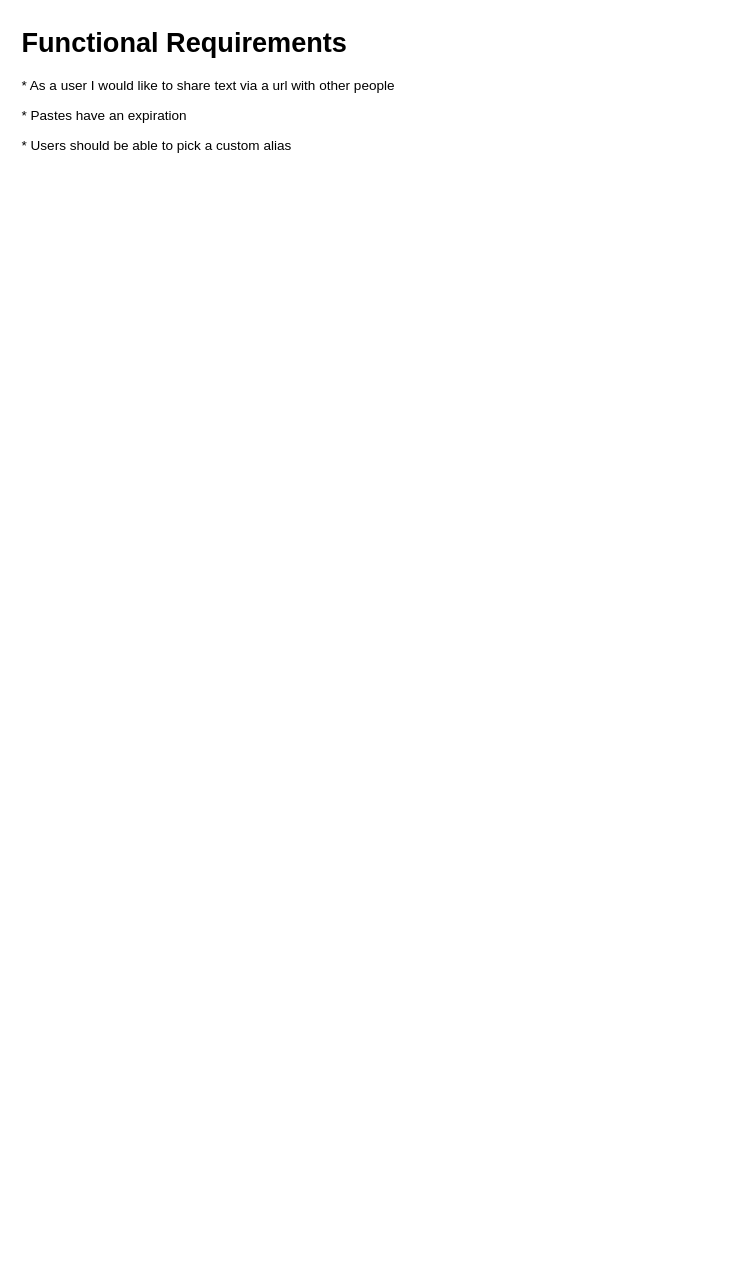
aedenj/continuous-improvement keeps this draw.io diagram as books/educative-grokking-sdi/PasteBin.drawio. Above is the earlier version. Source tidied: cells renumbered, new cells numbered last; positions are measured from the earlier drawing's top-left corner, leaving out a move shared by most shapes. Both pictures are drawn from the tidied source at 113%, with x=0, y=0 at pixel (19, 19).
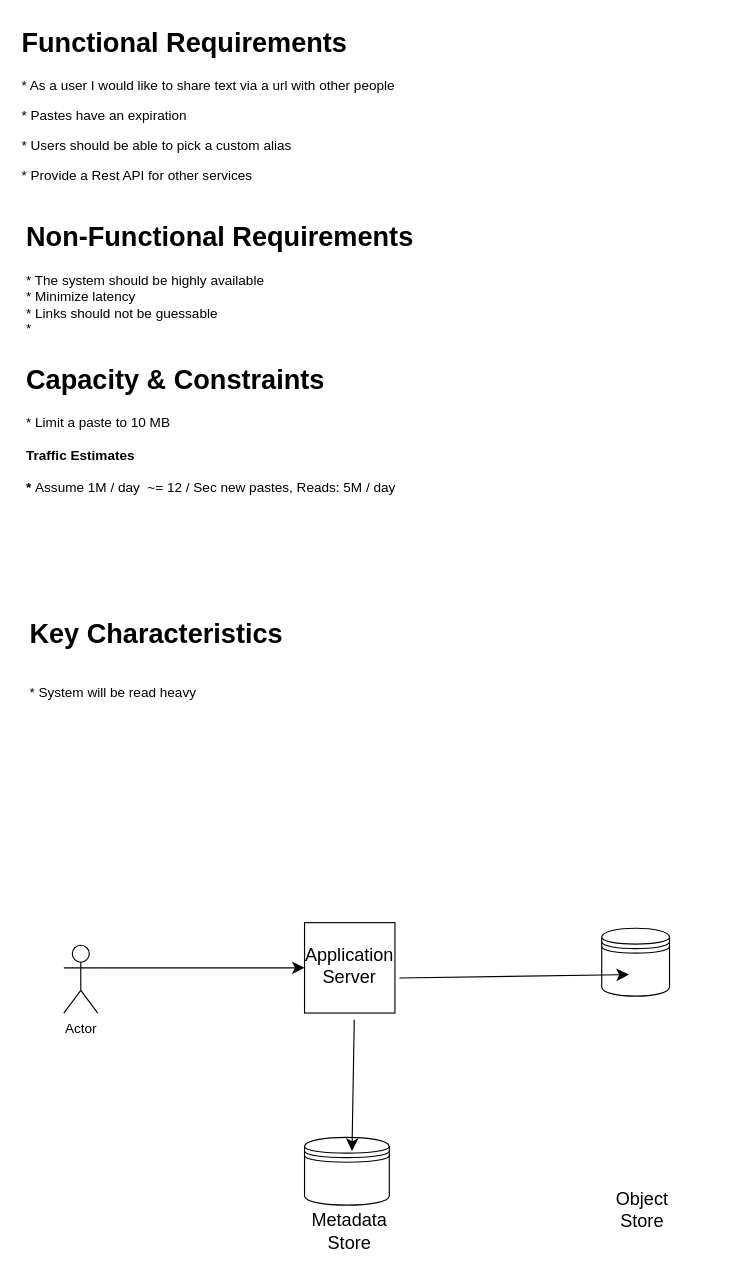
The same diagram, later.

What changed in the source:
```diff
@@
 <mxGraphModel>
   <root>
     <mxCell id="0" />
     <mxCell id="1" parent="0" />
-    <mxCell id="2" value="&lt;h1 style=&quot;margin-top: 0px;&quot;&gt;Functional Requirements&lt;/h1&gt;&lt;p&gt;* As a user I would like to share text via a url with other people&lt;/p&gt;&lt;p&gt;* Pastes have an expiration&lt;/p&gt;&lt;p&gt;* Users should be able to pick a custom alias&lt;/p&gt;" style="text;html=1;whiteSpace=wrap;overflow=hidden;rounded=0;" parent="1" vertex="1">
-      <mxGeometry width="518" height="120" as="geometry" />
+    <mxCell id="2" value="&lt;h1 style=&quot;margin-top: 0px;&quot;&gt;Functional Requirements&lt;/h1&gt;&lt;p&gt;* As a user I would like to share text via a url with other people&lt;/p&gt;&lt;p&gt;* Pastes have an expiration&lt;/p&gt;&lt;p&gt;* Users should be able to pick a custom alias&lt;/p&gt;&lt;p&gt;* Provide a Rest API for other services&lt;/p&gt;" style="text;html=1;whiteSpace=wrap;overflow=hidden;rounded=0;" parent="1" vertex="1">
+      <mxGeometry width="518" height="157" as="geometry" />
     </mxCell>
+    <mxCell id="3" value="&lt;h1 style=&quot;margin-top: 0px;&quot;&gt;Non-Functional Requirements&lt;/h1&gt;&lt;div&gt;* The system should be highly available&lt;/div&gt;&lt;div&gt;* Minimize latency&lt;/div&gt;&lt;div&gt;* Links should not be guessable&lt;/div&gt;&lt;div&gt;*&lt;/div&gt;" style="text;html=1;whiteSpace=wrap;overflow=hidden;rounded=0;" parent="1" vertex="1">
+      <mxGeometry x="4" y="172" width="614" height="120" as="geometry" />
+    </mxCell>
+    <mxCell id="4" value="&lt;h1 style=&quot;margin-top: 0px;&quot;&gt;Capacity &amp;amp; Constraints&lt;/h1&gt;&lt;div&gt;* Limit a paste to 10 MB&lt;/div&gt;&lt;div&gt;&lt;br&gt;&lt;/div&gt;&lt;div&gt;&lt;b&gt;Traffic Estimates&lt;/b&gt;&lt;/div&gt;&lt;div&gt;&lt;b&gt;&lt;br&gt;&lt;/b&gt;&lt;/div&gt;&lt;div&gt;&lt;b&gt;* &lt;/b&gt;Assume 1M / day &amp;nbsp;~= 12 / Sec new pastes, Reads: 5M / day &amp;nbsp;&lt;/div&gt;" style="text;html=1;whiteSpace=wrap;overflow=hidden;rounded=0;" parent="1" vertex="1">
+      <mxGeometry x="4" y="298" width="503" height="188" as="geometry" />
+    </mxCell>
+    <mxCell id="5" value="&lt;h1 style=&quot;margin-top: 0px;&quot;&gt;Key Characteristics&lt;/h1&gt;&lt;div&gt;&lt;br&gt;&lt;/div&gt;&lt;div&gt;* System will be read heavy&lt;/div&gt;" style="text;html=1;whiteSpace=wrap;overflow=hidden;rounded=0;" parent="1" vertex="1">
+      <mxGeometry x="7" y="523" width="544" height="120" as="geometry" />
+    </mxCell>
+    <mxCell id="6" value="Actor" style="shape=umlActor;verticalLabelPosition=bottom;verticalAlign=top;html=1;" parent="1" vertex="1">
+      <mxGeometry x="39" y="819" width="30" height="60" as="geometry" />
+    </mxCell>
+    <mxCell id="7" style="shape=datastore;whiteSpace=wrap;html=1;" parent="1" vertex="1">
+      <mxGeometry x="252" y="989" width="75" height="60" as="geometry" />
+    </mxCell>
+    <mxCell id="8" style="whiteSpace=wrap;html=1;" parent="1" vertex="1">
+      <mxGeometry x="252" y="799" width="80" height="80" as="geometry" />
+    </mxCell>
+    <mxCell id="9" style="endArrow=classic;html=1;rounded=0;fontSize=12;startSize=8;endSize=8;curved=1;exitX=1;exitY=0.3333333333333333;exitDx=0;exitDy=0;exitPerimeter=0;" parent="1" edge="1" source="6" target="8">
+      <mxGeometry relative="1" as="geometry" />
+    </mxCell>
+    <mxCell id="10" value="Application Server" style="text;html=1;align=center;verticalAlign=middle;whiteSpace=wrap;rounded=0;fontSize=16;" parent="1" vertex="1">
+      <mxGeometry x="262" y="822" width="60" height="30" as="geometry" />
+    </mxCell>
+    <mxCell id="11" style="endArrow=classic;html=1;rounded=0;fontSize=12;startSize=8;endSize=8;curved=1;" parent="1" edge="1">
+      <mxGeometry relative="1" as="geometry">
+        <mxPoint x="296" y="885" as="sourcePoint" />
+        <mxPoint x="294" y="1001" as="targetPoint" />
+      </mxGeometry>
+    </mxCell>
+    <mxCell id="12" style="shape=datastore;whiteSpace=wrap;html=1;" parent="1" vertex="1">
+      <mxGeometry x="515" y="804" width="60" height="60" as="geometry" />
+    </mxCell>
+    <mxCell id="13" value="Metadata Store" style="text;html=1;align=center;verticalAlign=middle;whiteSpace=wrap;rounded=0;fontSize=16;" parent="1" vertex="1">
+      <mxGeometry x="262" y="1057" width="60" height="30" as="geometry" />
+    </mxCell>
+    <mxCell id="14" style="endArrow=classic;html=1;rounded=0;fontSize=12;startSize=8;endSize=8;curved=1;entryX=0.4;entryY=0.683;entryDx=0;entryDy=0;entryPerimeter=0;" parent="1" edge="1" target="12">
+      <mxGeometry relative="1" as="geometry">
+        <mxPoint x="336" y="848" as="sourcePoint" />
+      </mxGeometry>
+    </mxCell>
+    <mxCell id="15" value="Object Store" style="text;html=1;align=center;verticalAlign=middle;whiteSpace=wrap;rounded=0;fontSize=16;" parent="1" vertex="1">
+      <mxGeometry x="521" y="1038" width="60" height="30" as="geometry" />
+    </mxCell>
   </root>
 </mxGraphModel>
```
